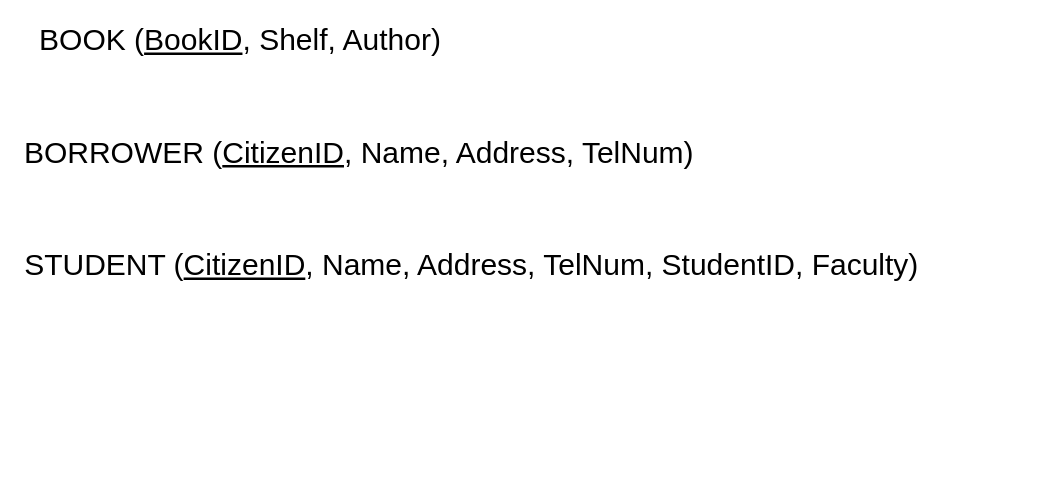
Before: HW2-2.drawio in Poom5741/cs251ERD, a draw.io diagram. Source tidied: cells renumbered, new cells numbered last; positions are measured from the earlier drawing's top-left corner, leaving out a move shared by most shapes. Both pictures are drawn from the tidied source at 125%, with x=0, y=0 at pixel (21, 21).
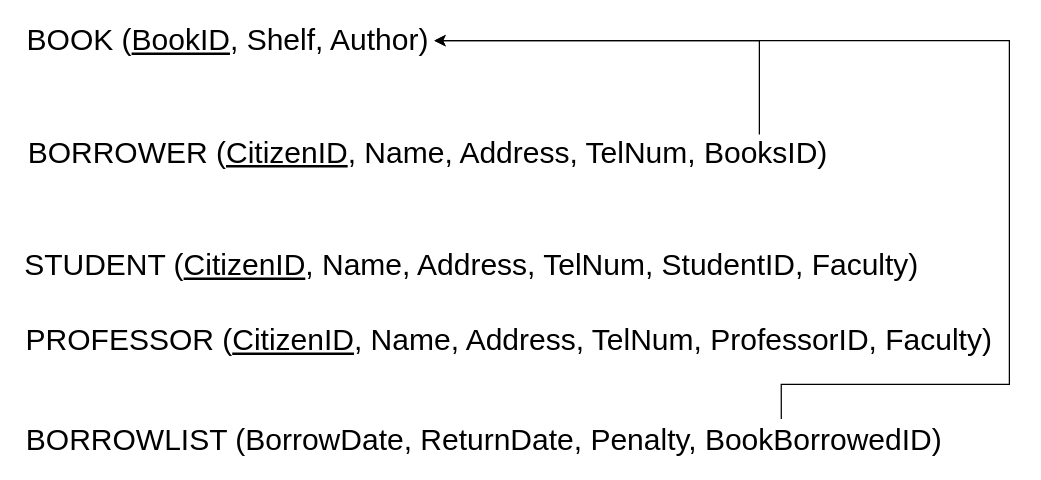
The same page after the edit.

The edit, as a diff of the source:
```diff
@@
 <mxGraphModel>
   <root>
     <mxCell id="0" />
     <mxCell id="1" parent="0" />
     <mxCell id="2" value="&lt;font style=&quot;font-size: 24px;&quot;&gt;BOOK (&lt;u&gt;BookID&lt;/u&gt;, Shelf, Author)&lt;/font&gt;" style="text;html=1;align=center;verticalAlign=middle;whiteSpace=wrap;rounded=0;" parent="1" vertex="1">
-      <mxGeometry width="350" height="30" as="geometry" />
+      <mxGeometry width="330" height="30" as="geometry" />
     </mxCell>
+    <mxCell id="5" style="edgeStyle=orthogonalEdgeStyle;rounded=0;jettySize=auto;html=1;" parent="1" edge="1" source="3" target="2">
+      <mxGeometry relative="1" as="geometry">
+        <Array as="points">
+          <mxPoint x="590" y="15" />
+        </Array>
+      </mxGeometry>
+    </mxCell>
-    <mxCell id="3" value="&lt;span style=&quot;font-size: 24px;&quot;&gt;BORROWER (&lt;u&gt;CitizenID&lt;/u&gt;, Name, Address, TelNum)&lt;/span&gt;" style="text;html=1;align=center;verticalAlign=middle;whiteSpace=wrap;rounded=0;" parent="1" vertex="1">
-      <mxGeometry y="90" width="540" height="30" as="geometry" />
+    <mxCell id="3" value="&lt;span style=&quot;font-size: 24px;&quot;&gt;BORROWER (&lt;u&gt;CitizenID&lt;/u&gt;, Name, Address, TelNum, BooksID)&lt;/span&gt;" style="text;html=1;align=center;verticalAlign=middle;whiteSpace=wrap;rounded=0;" parent="1" vertex="1">
+      <mxGeometry y="90" width="650" height="30" as="geometry" />
     </mxCell>
     <mxCell id="4" value="&lt;span style=&quot;font-size: 24px;&quot;&gt;STUDENT (&lt;u&gt;CitizenID&lt;/u&gt;, Name, Address, TelNum, StudentID, Faculty)&lt;/span&gt;" style="text;html=1;align=center;verticalAlign=middle;whiteSpace=wrap;rounded=0;" parent="1" vertex="1">
       <mxGeometry y="180" width="720" height="30" as="geometry" />
     </mxCell>
+    <mxCell id="6" value="&lt;span style=&quot;font-size: 24px;&quot;&gt;PROFESSOR (&lt;u&gt;CitizenID&lt;/u&gt;, Name, Address, TelNum, ProfessorID, Faculty)&lt;/span&gt;" style="text;html=1;align=center;verticalAlign=middle;whiteSpace=wrap;rounded=0;" parent="1" vertex="1">
+      <mxGeometry y="240" width="780" height="30" as="geometry" />
+    </mxCell>
+    <mxCell id="7" style="edgeStyle=orthogonalEdgeStyle;rounded=0;jettySize=auto;html=1;exitX=0.821;exitY=-0.074;exitDx=0;exitDy=0;exitPerimeter=0;" parent="1" edge="1" source="8" target="2">
+      <mxGeometry relative="1" as="geometry">
+        <Array as="points">
+          <mxPoint x="608" y="290" />
+          <mxPoint x="790" y="290" />
+          <mxPoint x="790" y="15" />
+        </Array>
+      </mxGeometry>
+    </mxCell>
+    <mxCell id="8" value="&lt;span style=&quot;font-size: 24px;&quot;&gt;BORROWLIST (BorrowDate, ReturnDate, Penalty, BookBorrowedID)&lt;/span&gt;" style="text;html=1;align=center;verticalAlign=middle;whiteSpace=wrap;rounded=0;" parent="1" vertex="1">
+      <mxGeometry y="320" width="740" height="30" as="geometry" />
+    </mxCell>
   </root>
 </mxGraphModel>
```
